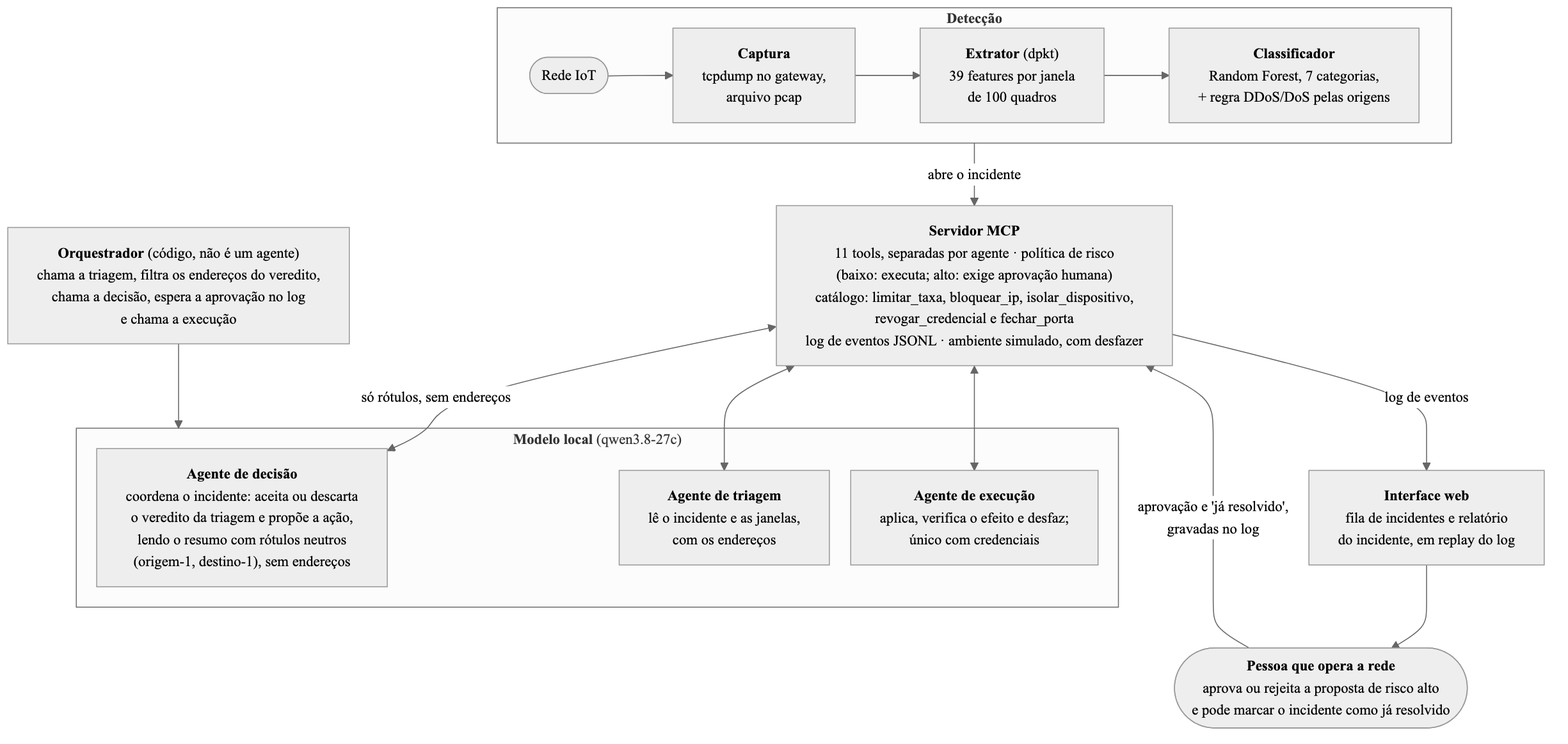
Before: artigo/figuras/arquitetura.png, a diagram exported from Mermaid (stermiix/SentryIoT). Its source is kept beside it as artigo/figuras/arquitetura.mmd.
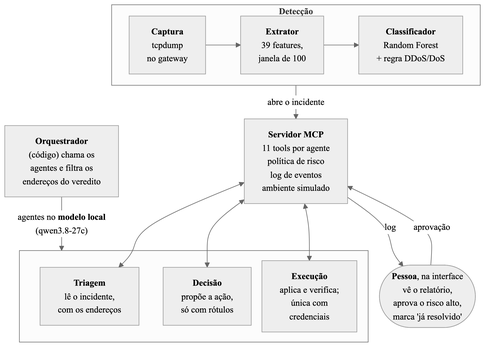
After the change.

Diff of the diagram source:
```diff
@@ -1,34 +1,26 @@
-%%{init: {"theme": "neutral", "themeVariables": {"fontFamily": "Times New Roman, Times, serif", "fontSize": "15px"}, "flowchart": {"nodeSpacing": 22, "rankSpacing": 42, "wrappingWidth": 420}}}%%
+%%{init: {"theme": "neutral", "themeVariables": {"fontFamily": "Times New Roman, Times, serif", "fontSize": "15px"}, "flowchart": {"nodeSpacing": 18, "rankSpacing": 34, "wrappingWidth": 260}}}%%
 flowchart TB
     subgraph deteccao["<b>Detecção</b>"]
         direction LR
-        rede(["Rede IoT"]) --> captura["<b>Captura</b><br/>tcpdump no gateway,<br/>arquivo pcap"]
-        captura --> extrator["<b>Extrator</b> (dpkt)<br/>39 features por janela<br/>de 100 quadros"]
-        extrator --> rf["<b>Classificador</b><br/>Random Forest, 7 categorias,<br/>+ regra DDoS/DoS pelas origens"]
+        captura["<b>Captura</b><br/>tcpdump<br/>no gateway"] --> extrator["<b>Extrator</b><br/>39 features,<br/>janela de 100"]
+        extrator --> rf["<b>Classificador</b><br/>Random Forest<br/>+ regra DDoS/DoS"]
     end
 
-    mcp["<b>Servidor MCP</b><br/>11 tools, separadas por agente · política de risco<br/>(baixo: executa; alto: exige aprovação humana)<br/>catálogo: limitar_taxa, bloquear_ip, isolar_dispositivo,<br/>revogar_credencial e fechar_porta<br/>log de eventos JSONL · ambiente simulado, com desfazer"]
+    orquestrador["<b>Orquestrador</b><br/>(código) chama os<br/>agentes e filtra os<br/>endereços do veredito"]
+    mcp["<b>Servidor MCP</b><br/>11 tools por agente<br/>política de risco<br/>log de eventos<br/>ambiente simulado"]
+    pessoa(["<b>Pessoa</b>, na interface<br/>vê o relatório,<br/>aprova o risco alto,<br/>marca 'já resolvido'"])
 
-    subgraph local["<b>Modelo local</b> (qwen3.8-27c)"]
+    subgraph local[" "]
         direction LR
-        decisao["<b>Agente de decisão</b><br/>coordena o incidente: aceita ou descarta<br/>o veredito da triagem e propõe a ação,<br/>lendo o resumo com rótulos neutros<br/>(origem-1, destino-1), sem endereços"]
-        espaco["&nbsp;&nbsp;&nbsp;&nbsp;&nbsp;&nbsp;&nbsp;&nbsp;&nbsp;&nbsp;&nbsp;&nbsp;&nbsp;&nbsp;&nbsp;&nbsp;&nbsp;&nbsp;&nbsp;&nbsp;&nbsp;&nbsp;&nbsp;&nbsp;&nbsp;&nbsp;&nbsp;&nbsp;&nbsp;&nbsp;&nbsp;&nbsp;&nbsp;&nbsp;&nbsp;&nbsp;"]
-        triagem["<b>Agente de triagem</b><br/>lê o incidente e as janelas,<br/>com os endereços"]
-        execucao["<b>Agente de execução</b><br/>aplica, verifica o efeito e desfaz;<br/>único com credenciais"]
+        triagem["<b>Triagem</b><br/>lê o incidente,<br/>com os endereços"]
+        decisao["<b>Decisão</b><br/>propõe a ação,<br/>só com rótulos"]
+        execucao["<b>Execução</b><br/>aplica e verifica;<br/>única com<br/>credenciais"]
     end
 
-    orquestrador["<b>Orquestrador</b> (código, não é um agente)<br/>chama a triagem, filtra os endereços do veredito,<br/>chama a decisão, espera a aprovação no log<br/>e chama a execução"]
-
-    pessoa(["<b>Pessoa que opera a rede</b><br/>aprova ou rejeita a proposta de risco alto<br/>e pode marcar o incidente como já resolvido"])
-    interface["<b>Interface web</b><br/>fila de incidentes e relatório<br/>do incidente, em replay do log"]
-
     deteccao -- "abre o incidente" --> mcp
+    orquestrador -- "agentes no <b>modelo local</b><br/>(qwen3.8-27c)" --> local
     mcp <--> triagem
-    mcp <-- "só rótulos, sem endereços" --> decisao
+    mcp <--> decisao
     mcp <--> execucao
-    orquestrador --> local
-    mcp -- "log de eventos" --> interface
-    interface --> pessoa
-    pessoa -- "aprovação e 'já resolvido',<br/>gravadas no log" --> mcp
-
-    style espaco fill:none,stroke:none
+    mcp -- "log" --> pessoa
+    pessoa -- "aprovação" --> mcp
```
